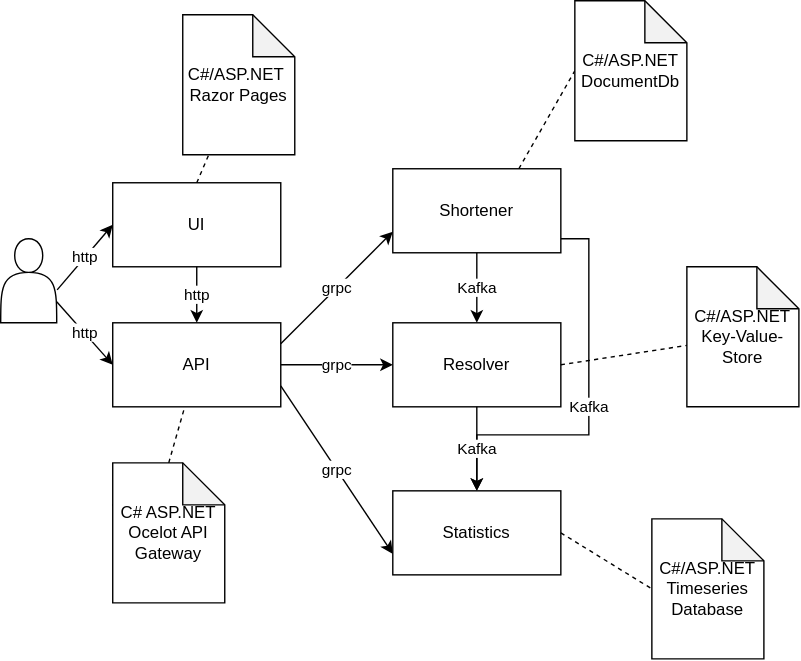
Above: 2 professional/architecture.svg in msallin/education (draw.io), before the change. Source tidied: cells renumbered, new cells last; positions are measured from the earlier drawing's top-left corner, leaving out a move shared by most shapes. Its diagram source:
```xml
<mxGraphModel>
  <root>
    <mxCell id="0" />
    <mxCell id="1" parent="0" />
    <mxCell id="2" value="Kafka" style="edgeStyle=orthogonalEdgeStyle;rounded=0;jettySize=auto;html=1;entryX=0.5;entryY=0;entryDx=0;entryDy=0;" parent="1" edge="1" source="3" target="4">
      <mxGeometry relative="1" as="geometry">
        <Array as="points">
          <mxPoint x="420" y="170" />
          <mxPoint x="420" y="310" />
          <mxPoint x="340" y="310" />
        </Array>
      </mxGeometry>
    </mxCell>
    <mxCell id="3" value="Shortener" style="rounded=0;whiteSpace=wrap;html=1;" parent="1" vertex="1">
      <mxGeometry x="280" y="120" width="120" height="60" as="geometry" />
    </mxCell>
    <mxCell id="4" value="Statistics" style="rounded=0;whiteSpace=wrap;html=1;" parent="1" vertex="1">
      <mxGeometry x="280" y="350" width="120" height="60" as="geometry" />
    </mxCell>
    <mxCell id="5" value="grpc" style="rounded=0;jettySize=auto;html=1;entryX=0;entryY=0.5;entryDx=0;entryDy=0;exitX=1;exitY=0.5;exitDx=0;exitDy=0;" parent="1" edge="1" source="8" target="14">
      <mxGeometry relative="1" as="geometry" />
    </mxCell>
    <mxCell id="6" value="UI" style="rounded=0;whiteSpace=wrap;html=1;" parent="1" vertex="1">
      <mxGeometry x="80" y="130" width="120" height="60" as="geometry" />
    </mxCell>
    <mxCell id="7" style="endArrow=none;dashed=1;html=1;exitX=0.75;exitY=0;exitDx=0;exitDy=0;entryX=0;entryY=0.5;entryDx=0;entryDy=0;entryPerimeter=0;" parent="1" edge="1" source="3" target="11">
      <mxGeometry relative="1" as="geometry" />
    </mxCell>
    <mxCell id="8" value="API" style="rounded=0;whiteSpace=wrap;html=1;" parent="1" vertex="1">
      <mxGeometry x="80" y="230" width="120" height="60" as="geometry" />
    </mxCell>
    <mxCell id="9" value="grpc" style="rounded=0;jettySize=auto;html=1;entryX=0;entryY=0.75;entryDx=0;entryDy=0;exitX=1;exitY=0.75;exitDx=0;exitDy=0;" parent="1" edge="1" source="8" target="4">
      <mxGeometry relative="1" as="geometry" />
    </mxCell>
    <mxCell id="10" value="grpc" style="rounded=0;jettySize=auto;html=1;entryX=0;entryY=0.75;entryDx=0;entryDy=0;exitX=1;exitY=0.25;exitDx=0;exitDy=0;" parent="1" edge="1" source="8" target="3">
      <mxGeometry relative="1" as="geometry" />
    </mxCell>
    <mxCell id="11" value="C#/ASP.NET&lt;br&gt;DocumentDb" style="shape=note;whiteSpace=wrap;html=1;backgroundOutline=1;darkOpacity=0.05;" parent="1" vertex="1">
      <mxGeometry x="410" width="80" height="100" as="geometry" />
    </mxCell>
    <mxCell id="12" value="C#/ASP.NET&lt;br&gt;Timeseries Database" style="shape=note;whiteSpace=wrap;html=1;backgroundOutline=1;darkOpacity=0.05;" parent="1" vertex="1">
      <mxGeometry x="465" y="370" width="80" height="100" as="geometry" />
    </mxCell>
    <mxCell id="13" style="endArrow=none;dashed=1;html=1;exitX=1;exitY=0.5;exitDx=0;exitDy=0;entryX=0;entryY=0.5;entryDx=0;entryDy=0;entryPerimeter=0;" parent="1" edge="1" source="4" target="12">
      <mxGeometry relative="1" as="geometry" />
    </mxCell>
    <mxCell id="14" value="Resolver" style="rounded=0;whiteSpace=wrap;html=1;" parent="1" vertex="1">
      <mxGeometry x="280" y="230" width="120" height="60" as="geometry" />
    </mxCell>
    <mxCell id="15" value="Kafka" style="edgeStyle=orthogonalEdgeStyle;rounded=0;jettySize=auto;html=1;entryX=0.5;entryY=0;entryDx=0;entryDy=0;" parent="1" edge="1" source="3" target="14">
      <mxGeometry relative="1" as="geometry" />
    </mxCell>
    <mxCell id="16" value="Kafka" style="edgeStyle=orthogonalEdgeStyle;rounded=0;jettySize=auto;html=1;entryX=0.5;entryY=0;entryDx=0;entryDy=0;" parent="1" edge="1" source="14" target="4">
      <mxGeometry relative="1" as="geometry" />
    </mxCell>
    <mxCell id="17" value="C#/ASP.NET&lt;br&gt;Key-Value-Store" style="shape=note;whiteSpace=wrap;html=1;backgroundOutline=1;darkOpacity=0.05;" parent="1" vertex="1">
      <mxGeometry x="490" y="190" width="80" height="100" as="geometry" />
    </mxCell>
    <mxCell id="18" style="endArrow=none;dashed=1;html=1;exitX=1;exitY=0.5;exitDx=0;exitDy=0;" parent="1" edge="1" source="14" target="17">
      <mxGeometry relative="1" as="geometry" />
    </mxCell>
    <mxCell id="19" style="endArrow=none;dashed=1;html=1;exitX=0.5;exitY=0;exitDx=0;exitDy=0;" parent="1" edge="1" source="6" target="20">
      <mxGeometry relative="1" as="geometry" />
    </mxCell>
    <mxCell id="20" value="C#/ASP.NET&amp;nbsp;&lt;br&gt;Razor Pages" style="shape=note;whiteSpace=wrap;html=1;backgroundOutline=1;darkOpacity=0.05;" parent="1" vertex="1">
      <mxGeometry x="130" y="10" width="80" height="100" as="geometry" />
    </mxCell>
    <mxCell id="21" value="C# ASP.NET&lt;br&gt;Ocelot API Gateway" style="shape=note;whiteSpace=wrap;html=1;backgroundOutline=1;darkOpacity=0.05;" parent="1" vertex="1">
      <mxGeometry x="80" y="330" width="80" height="100" as="geometry" />
    </mxCell>
    <mxCell id="22" style="endArrow=none;dashed=1;html=1;exitX=0.5;exitY=0;exitDx=0;exitDy=0;exitPerimeter=0;" parent="1" edge="1" source="21" target="8">
      <mxGeometry relative="1" as="geometry" />
    </mxCell>
    <mxCell id="23" style="shape=actor;whiteSpace=wrap;html=1;" parent="1" vertex="1">
      <mxGeometry y="170" width="40" height="60" as="geometry" />
    </mxCell>
    <mxCell id="24" value="http" style="rounded=0;jettySize=auto;html=1;entryX=0;entryY=0.5;entryDx=0;entryDy=0;exitX=1.008;exitY=0.608;exitDx=0;exitDy=0;exitPerimeter=0;" parent="1" edge="1" source="23" target="6">
      <mxGeometry relative="1" as="geometry" />
    </mxCell>
    <mxCell id="25" value="http" style="rounded=0;jettySize=auto;html=1;entryX=0;entryY=0.5;entryDx=0;entryDy=0;exitX=1;exitY=0.75;exitDx=0;exitDy=0;" parent="1" edge="1" source="23" target="8">
      <mxGeometry relative="1" as="geometry" />
    </mxCell>
    <mxCell id="26" value="http" style="rounded=0;jettySize=auto;html=1;entryX=0.5;entryY=1;entryDx=0;entryDy=0;exitX=0.5;exitY=0;exitDx=0;exitDy=0;startArrow=classic;startFill=1;endArrow=none;endFill=0;" parent="1" edge="1" source="8" target="6">
      <mxGeometry relative="1" as="geometry" />
    </mxCell>
  </root>
</mxGraphModel>
```
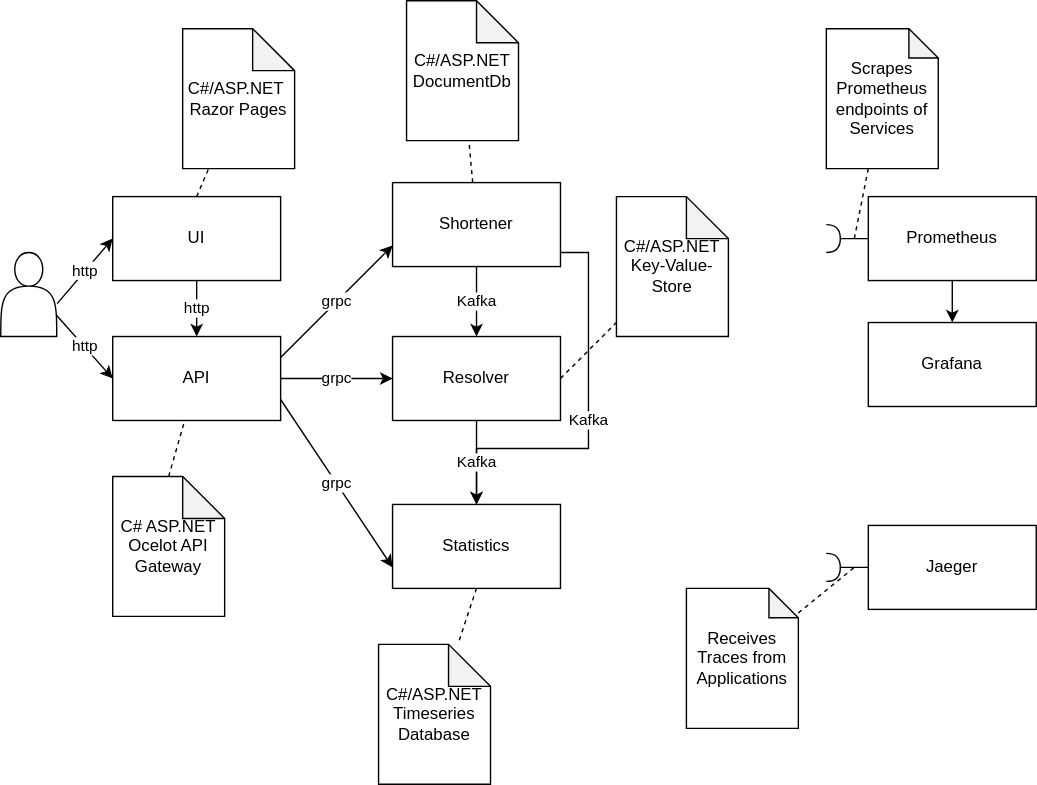
Above is the later version.

The edit, as a diff of the source:
```diff
@@ -23,7 +23,7 @@
     <mxCell id="6" value="UI" style="rounded=0;whiteSpace=wrap;html=1;" parent="1" vertex="1">
       <mxGeometry x="80" y="130" width="120" height="60" as="geometry" />
     </mxCell>
-    <mxCell id="7" style="endArrow=none;dashed=1;html=1;exitX=0.75;exitY=0;exitDx=0;exitDy=0;entryX=0;entryY=0.5;entryDx=0;entryDy=0;entryPerimeter=0;" parent="1" edge="1" source="3" target="11">
+    <mxCell id="7" style="endArrow=none;dashed=1;html=1;" parent="1" edge="1" source="3" target="11">
       <mxGeometry relative="1" as="geometry" />
     </mxCell>
     <mxCell id="8" value="API" style="rounded=0;whiteSpace=wrap;html=1;" parent="1" vertex="1">
@@ -36,12 +36,12 @@
       <mxGeometry relative="1" as="geometry" />
     </mxCell>
     <mxCell id="11" value="C#/ASP.NET&lt;br&gt;DocumentDb" style="shape=note;whiteSpace=wrap;html=1;backgroundOutline=1;darkOpacity=0.05;" parent="1" vertex="1">
-      <mxGeometry x="410" width="80" height="100" as="geometry" />
+      <mxGeometry x="290" y="-10" width="80" height="100" as="geometry" />
     </mxCell>
     <mxCell id="12" value="C#/ASP.NET&lt;br&gt;Timeseries Database" style="shape=note;whiteSpace=wrap;html=1;backgroundOutline=1;darkOpacity=0.05;" parent="1" vertex="1">
-      <mxGeometry x="465" y="370" width="80" height="100" as="geometry" />
+      <mxGeometry x="270" y="450" width="80" height="100" as="geometry" />
     </mxCell>
-    <mxCell id="13" style="endArrow=none;dashed=1;html=1;exitX=1;exitY=0.5;exitDx=0;exitDy=0;entryX=0;entryY=0.5;entryDx=0;entryDy=0;entryPerimeter=0;" parent="1" edge="1" source="4" target="12">
+    <mxCell id="13" style="endArrow=none;dashed=1;html=1;exitX=0.5;exitY=1;exitDx=0;exitDy=0;" parent="1" edge="1" source="4" target="12">
       <mxGeometry relative="1" as="geometry" />
     </mxCell>
     <mxCell id="14" value="Resolver" style="rounded=0;whiteSpace=wrap;html=1;" parent="1" vertex="1">
@@ -54,7 +54,7 @@
       <mxGeometry relative="1" as="geometry" />
     </mxCell>
     <mxCell id="17" value="C#/ASP.NET&lt;br&gt;Key-Value-Store" style="shape=note;whiteSpace=wrap;html=1;backgroundOutline=1;darkOpacity=0.05;" parent="1" vertex="1">
-      <mxGeometry x="490" y="190" width="80" height="100" as="geometry" />
+      <mxGeometry x="440" y="130" width="80" height="100" as="geometry" />
     </mxCell>
     <mxCell id="18" style="endArrow=none;dashed=1;html=1;exitX=1;exitY=0.5;exitDx=0;exitDy=0;" parent="1" edge="1" source="14" target="17">
       <mxGeometry relative="1" as="geometry" />
@@ -83,5 +83,45 @@
     <mxCell id="26" value="http" style="rounded=0;jettySize=auto;html=1;entryX=0.5;entryY=1;entryDx=0;entryDy=0;exitX=0.5;exitY=0;exitDx=0;exitDy=0;startArrow=classic;startFill=1;endArrow=none;endFill=0;" parent="1" edge="1" source="8" target="6">
       <mxGeometry relative="1" as="geometry" />
     </mxCell>
+    <mxCell id="27" style="edgeStyle=orthogonalEdgeStyle;rounded=0;jettySize=auto;html=1;" parent="1" edge="1" source="28" target="29">
+      <mxGeometry relative="1" as="geometry" />
+    </mxCell>
+    <mxCell id="28" value="Prometheus" style="rounded=0;whiteSpace=wrap;html=1;" parent="1" vertex="1">
+      <mxGeometry x="620" y="130" width="120" height="60" as="geometry" />
+    </mxCell>
+    <mxCell id="29" value="Grafana" style="rounded=0;whiteSpace=wrap;html=1;" parent="1" vertex="1">
+      <mxGeometry x="620" y="220" width="120" height="60" as="geometry" />
+    </mxCell>
+    <mxCell id="30" style="edgeStyle=orthogonalEdgeStyle;rounded=0;jettySize=auto;html=1;endArrow=none;endFill=0;" parent="1" edge="1" source="31" target="28">
+      <mxGeometry relative="1" as="geometry" />
+    </mxCell>
+    <mxCell id="31" style="shape=requiredInterface;html=1;verticalLabelPosition=bottom;" parent="1" vertex="1">
+      <mxGeometry x="590" y="150" width="10" height="20" as="geometry" />
+    </mxCell>
+    <mxCell id="32" style="endArrow=none;dashed=1;html=1;" parent="1" edge="1" source="33">
+      <mxGeometry relative="1" as="geometry">
+        <mxPoint x="610" y="160" as="targetPoint" />
+      </mxGeometry>
+    </mxCell>
+    <mxCell id="33" value="Scrapes Prometheus endpoints of Services" style="shape=note;whiteSpace=wrap;html=1;backgroundOutline=1;darkOpacity=0.05;size=21;" parent="1" vertex="1">
+      <mxGeometry x="590" y="10" width="80" height="100" as="geometry" />
+    </mxCell>
+    <mxCell id="34" value="Jaeger" style="rounded=0;whiteSpace=wrap;html=1;" parent="1" vertex="1">
+      <mxGeometry x="620" y="365" width="120" height="60" as="geometry" />
+    </mxCell>
+    <mxCell id="35" style="edgeStyle=orthogonalEdgeStyle;rounded=0;jettySize=auto;html=1;endArrow=none;endFill=0;" parent="1" edge="1" source="36" target="34">
+      <mxGeometry relative="1" as="geometry" />
+    </mxCell>
+    <mxCell id="36" style="shape=requiredInterface;html=1;verticalLabelPosition=bottom;" parent="1" vertex="1">
+      <mxGeometry x="590" y="385" width="10" height="20" as="geometry" />
+    </mxCell>
+    <mxCell id="37" style="endArrow=none;dashed=1;html=1;" parent="1" edge="1" source="38">
+      <mxGeometry relative="1" as="geometry">
+        <mxPoint x="610" y="395" as="targetPoint" />
+      </mxGeometry>
+    </mxCell>
+    <mxCell id="38" value="Receives Traces from Applications" style="shape=note;whiteSpace=wrap;html=1;backgroundOutline=1;darkOpacity=0.05;size=21;" parent="1" vertex="1">
+      <mxGeometry x="490" y="410" width="80" height="100" as="geometry" />
+    </mxCell>
   </root>
 </mxGraphModel>
```
